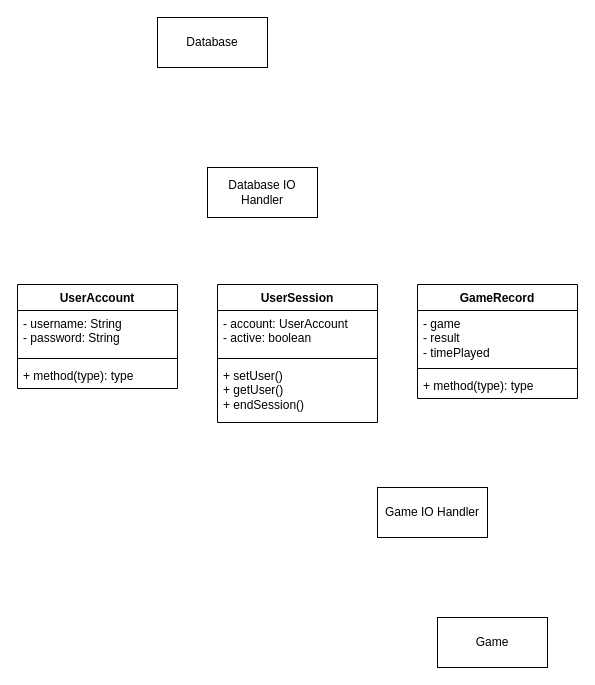
This is design/networking.drawio from ankondeadlarx/gitlab, a draw.io file, before an edit. Source tidied: cells renumbered, new cells numbered last; positions are measured from the earlier drawing's top-left corner, leaving out a move shared by most shapes. Both pictures are drawn from the tidied source at 100%, with x=0, y=0 at pixel (17, 17).
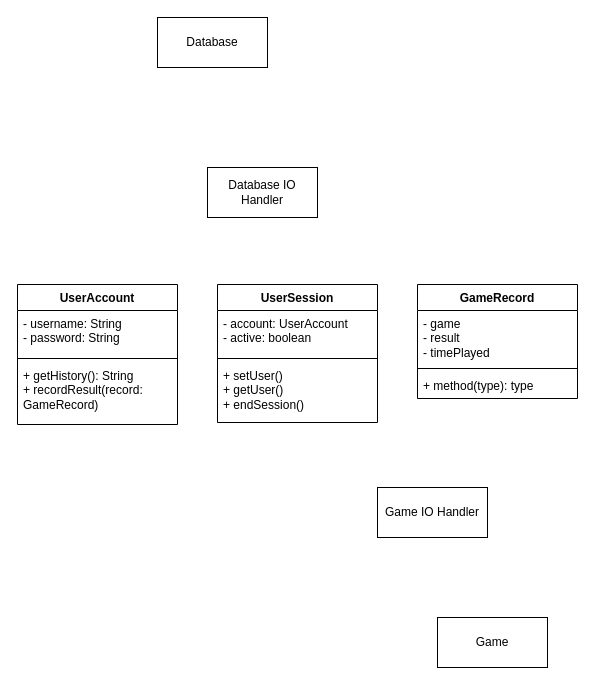
After the change.

Commit message:
added 2 methods to UserAccount

The edit, as a diff of the source:
```diff
@@
 <mxGraphModel>
   <root>
     <mxCell id="0" />
     <mxCell id="1" parent="0" />
     <mxCell id="2" value="UserAccount" style="swimlane;fontStyle=1;align=center;verticalAlign=top;horizontal=1;startSize=26;whiteSpace=wrap;html=1;" parent="1" vertex="1">
-      <mxGeometry y="267" width="160" height="104" as="geometry" />
+      <mxGeometry y="267" width="160" height="140" as="geometry" />
     </mxCell>
     <mxCell id="3" value="- username: String&lt;div&gt;- password: String&lt;/div&gt;&lt;div&gt;&lt;br&gt;&lt;/div&gt;" style="text;strokeColor=none;fillColor=none;align=left;verticalAlign=top;spacingLeft=4;spacingRight=4;overflow=hidden;whiteSpace=wrap;html=1;" parent="2" vertex="1">
       <mxGeometry y="26" width="160" height="44" as="geometry" />
     </mxCell>
     <mxCell id="4" style="line;strokeWidth=1;fillColor=none;align=left;verticalAlign=middle;spacingTop=-1;spacingLeft=3;spacingRight=3;labelPosition=right;strokeColor=inherit;" parent="2" vertex="1">
       <mxGeometry y="70" width="160" height="8" as="geometry" />
     </mxCell>
-    <mxCell id="5" value="+ method(type): type" style="text;strokeColor=none;fillColor=none;align=left;verticalAlign=top;spacingLeft=4;spacingRight=4;overflow=hidden;whiteSpace=wrap;html=1;" parent="2" vertex="1">
-      <mxGeometry y="78" width="160" height="26" as="geometry" />
+    <mxCell id="5" value="+ getHistory(): String&lt;div&gt;+ recordResult(record: GameRecord)&lt;/div&gt;" style="text;strokeColor=none;fillColor=none;align=left;verticalAlign=top;spacingLeft=4;spacingRight=4;overflow=hidden;whiteSpace=wrap;html=1;" parent="2" vertex="1">
+      <mxGeometry y="78" width="160" height="62" as="geometry" />
     </mxCell>
     <mxCell id="6" value="Database" style="html=1;whiteSpace=wrap;" parent="1" vertex="1">
       <mxGeometry x="140" width="110" height="50" as="geometry" />
     </mxCell>
     <mxCell id="7" value="Game" style="html=1;whiteSpace=wrap;" parent="1" vertex="1">
       <mxGeometry x="420" y="600" width="110" height="50" as="geometry" />
     </mxCell>
     <mxCell id="8" value="UserSession" style="swimlane;fontStyle=1;align=center;verticalAlign=top;horizontal=1;startSize=26;whiteSpace=wrap;html=1;" parent="1" vertex="1">
       <mxGeometry x="200" y="267" width="160" height="138" as="geometry" />
     </mxCell>
     <mxCell id="9" value="- account: UserAccount&lt;div&gt;&lt;div&gt;- active: boolean&lt;/div&gt;&lt;/div&gt;" style="text;strokeColor=none;fillColor=none;align=left;verticalAlign=top;spacingLeft=4;spacingRight=4;overflow=hidden;whiteSpace=wrap;html=1;" parent="8" vertex="1">
       <mxGeometry y="26" width="160" height="44" as="geometry" />
     </mxCell>
     <mxCell id="10" style="line;strokeWidth=1;fillColor=none;align=left;verticalAlign=middle;spacingTop=-1;spacingLeft=3;spacingRight=3;labelPosition=right;strokeColor=inherit;" parent="8" vertex="1">
       <mxGeometry y="70" width="160" height="8" as="geometry" />
     </mxCell>
     <mxCell id="11" value="+ setUser()&lt;div&gt;+ getUser()&lt;/div&gt;&lt;div&gt;+ endSession()&lt;/div&gt;" style="text;strokeColor=none;fillColor=none;align=left;verticalAlign=top;spacingLeft=4;spacingRight=4;overflow=hidden;whiteSpace=wrap;html=1;" parent="8" vertex="1">
       <mxGeometry y="78" width="160" height="60" as="geometry" />
     </mxCell>
     <mxCell id="12" value="GameRecord" style="swimlane;fontStyle=1;align=center;verticalAlign=top;horizontal=1;startSize=26;whiteSpace=wrap;html=1;" parent="1" vertex="1">
       <mxGeometry x="400" y="267" width="160" height="114" as="geometry" />
     </mxCell>
     <mxCell id="13" value="- game&lt;div&gt;- result&lt;/div&gt;&lt;div&gt;- timePlayed&lt;/div&gt;" style="text;strokeColor=none;fillColor=none;align=left;verticalAlign=top;spacingLeft=4;spacingRight=4;overflow=hidden;whiteSpace=wrap;html=1;" parent="12" vertex="1">
       <mxGeometry y="26" width="160" height="54" as="geometry" />
     </mxCell>
     <mxCell id="14" style="line;strokeWidth=1;fillColor=none;align=left;verticalAlign=middle;spacingTop=-1;spacingLeft=3;spacingRight=3;labelPosition=right;strokeColor=inherit;" parent="12" vertex="1">
       <mxGeometry y="80" width="160" height="8" as="geometry" />
     </mxCell>
     <mxCell id="15" value="+ method(type): type" style="text;strokeColor=none;fillColor=none;align=left;verticalAlign=top;spacingLeft=4;spacingRight=4;overflow=hidden;whiteSpace=wrap;html=1;" parent="12" vertex="1">
       <mxGeometry y="88" width="160" height="26" as="geometry" />
     </mxCell>
     <mxCell id="16" value="Database IO Handler" style="html=1;whiteSpace=wrap;" parent="1" vertex="1">
       <mxGeometry x="190" y="150" width="110" height="50" as="geometry" />
     </mxCell>
     <mxCell id="17" value="Game IO Handler" style="html=1;whiteSpace=wrap;" parent="1" vertex="1">
       <mxGeometry x="360" y="470" width="110" height="50" as="geometry" />
     </mxCell>
   </root>
 </mxGraphModel>
```
